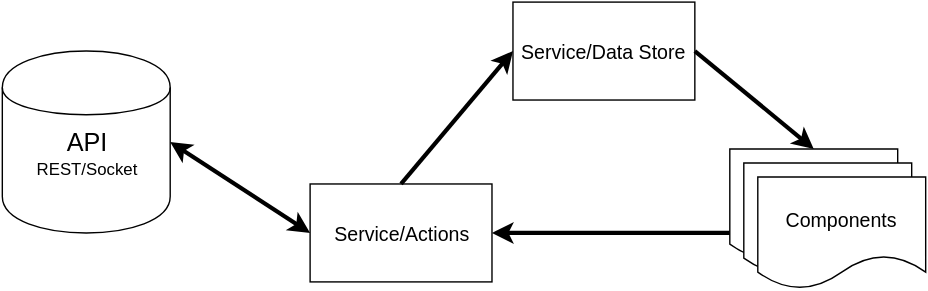
Earlier version of the draw.io export assets/images/posts/2015-11-17-angular-2-observable-data-services/observable-service-data-flow.svg (hs950559/coryrylan.com). Source tidied: cells renumbered, new cells last; positions are measured from the earlier drawing's top-left corner, leaving out a move shared by most shapes. Source of this version:
```xml
<mxGraphModel>
  <root>
    <mxCell id="0" />
    <mxCell id="1" parent="0" />
    <mxCell id="2" value="&lt;div&gt;&lt;br&gt;&lt;/div&gt;&lt;font style=&quot;font-size: 18px&quot;&gt;API&lt;/font&gt;&lt;div&gt;REST/Socket&lt;/div&gt;" style="shape=cylinder;whiteSpace=wrap;html=1;" parent="1" vertex="1">
      <mxGeometry y="35" width="120" height="130" as="geometry" />
    </mxCell>
    <mxCell id="3" value="&lt;font style=&quot;font-size: 14px&quot;&gt;Service/Actions&lt;/font&gt;" style="whiteSpace=wrap;html=1;" parent="1" vertex="1">
      <mxGeometry x="220" y="130" width="130" height="70" as="geometry" />
    </mxCell>
    <mxCell id="4" value="&lt;font style=&quot;font-size: 14px&quot;&gt;Service/Data Store&lt;/font&gt;" style="whiteSpace=wrap;html=1;" parent="1" vertex="1">
      <mxGeometry x="365" width="130" height="70" as="geometry" />
    </mxCell>
    <mxCell id="5" style="shape=document;whiteSpace=wrap;html=1;" parent="1" vertex="1">
      <mxGeometry x="520" y="105" width="120" height="80" as="geometry" />
    </mxCell>
    <mxCell id="6" style="shape=document;whiteSpace=wrap;html=1;" parent="1" vertex="1">
      <mxGeometry x="530" y="115" width="120" height="80" as="geometry" />
    </mxCell>
    <mxCell id="7" style="shape=document;whiteSpace=wrap;html=1;" parent="1" vertex="1">
      <mxGeometry x="540" y="125" width="120" height="80" as="geometry" />
    </mxCell>
    <mxCell id="8" style="endArrow=classic;html=1;strokeWidth=3;entryX=0;entryY=0.5;exitX=0.5;exitY=0;" parent="1" edge="1" source="3" target="4">
      <mxGeometry relative="1" as="geometry" />
    </mxCell>
    <mxCell id="9" style="endArrow=classic;html=1;strokeWidth=3;exitX=1;exitY=0.5;entryX=0.5;entryY=0;" parent="1" edge="1" source="4" target="5">
      <mxGeometry relative="1" as="geometry" />
    </mxCell>
    <mxCell id="10" style="endArrow=classic;html=1;strokeWidth=3;entryX=1;entryY=0.5;exitX=0;exitY=0.75;" parent="1" edge="1" source="5" target="3">
      <mxGeometry relative="1" as="geometry" />
    </mxCell>
    <mxCell id="11" style="endArrow=classic;startArrow=classic;html=1;strokeWidth=3;entryX=0;entryY=0.5;exitX=1;exitY=0.5;" parent="1" edge="1" source="2" target="3">
      <mxGeometry relative="1" as="geometry" />
    </mxCell>
    <mxCell id="12" value="&lt;font style=&quot;font-size: 14px&quot;&gt;Components&lt;/font&gt;" style="text;html=1;strokeColor=none;fillColor=none;align=center;verticalAlign=middle;whiteSpace=wrap;" parent="1" vertex="1">
      <mxGeometry x="580" y="145" width="40" height="20" as="geometry" />
    </mxCell>
  </root>
</mxGraphModel>
```
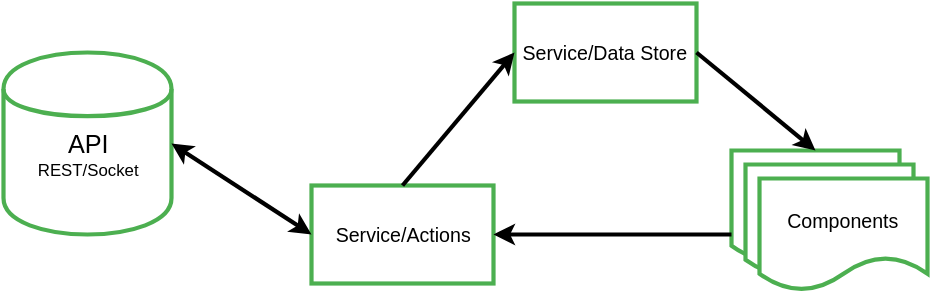
After the commit.

The edit, as a diff of the source:
```diff
@@ -2,22 +2,22 @@
   <root>
     <mxCell id="0" />
     <mxCell id="1" parent="0" />
-    <mxCell id="2" value="&lt;div&gt;&lt;br&gt;&lt;/div&gt;&lt;font style=&quot;font-size: 18px&quot;&gt;API&lt;/font&gt;&lt;div&gt;REST/Socket&lt;/div&gt;" style="shape=cylinder;whiteSpace=wrap;html=1;" parent="1" vertex="1">
+    <mxCell id="2" value="&lt;div&gt;&lt;br&gt;&lt;/div&gt;&lt;font style=&quot;font-size: 18px&quot;&gt;API&lt;/font&gt;&lt;div&gt;REST/Socket&lt;/div&gt;" style="shape=cylinder;whiteSpace=wrap;html=1;strokeColor=#4CAF50;strokeWidth=3;" parent="1" vertex="1">
       <mxGeometry y="35" width="120" height="130" as="geometry" />
     </mxCell>
-    <mxCell id="3" value="&lt;font style=&quot;font-size: 14px&quot;&gt;Service/Actions&lt;/font&gt;" style="whiteSpace=wrap;html=1;" parent="1" vertex="1">
+    <mxCell id="3" value="&lt;font style=&quot;font-size: 14px&quot;&gt;Service/Actions&lt;/font&gt;" style="whiteSpace=wrap;html=1;strokeColor=#4CAF50;strokeWidth=3;" parent="1" vertex="1">
       <mxGeometry x="220" y="130" width="130" height="70" as="geometry" />
     </mxCell>
-    <mxCell id="4" value="&lt;font style=&quot;font-size: 14px&quot;&gt;Service/Data Store&lt;/font&gt;" style="whiteSpace=wrap;html=1;" parent="1" vertex="1">
+    <mxCell id="4" value="&lt;font style=&quot;font-size: 14px&quot;&gt;Service/Data Store&lt;/font&gt;" style="whiteSpace=wrap;html=1;strokeColor=#4CAF50;strokeWidth=3;" parent="1" vertex="1">
       <mxGeometry x="365" width="130" height="70" as="geometry" />
     </mxCell>
-    <mxCell id="5" style="shape=document;whiteSpace=wrap;html=1;" parent="1" vertex="1">
+    <mxCell id="5" style="shape=document;whiteSpace=wrap;html=1;strokeColor=#4CAF50;strokeWidth=3;" parent="1" vertex="1">
       <mxGeometry x="520" y="105" width="120" height="80" as="geometry" />
     </mxCell>
-    <mxCell id="6" style="shape=document;whiteSpace=wrap;html=1;" parent="1" vertex="1">
+    <mxCell id="6" style="shape=document;whiteSpace=wrap;html=1;strokeColor=#4CAF50;strokeWidth=3;" parent="1" vertex="1">
       <mxGeometry x="530" y="115" width="120" height="80" as="geometry" />
     </mxCell>
-    <mxCell id="7" style="shape=document;whiteSpace=wrap;html=1;" parent="1" vertex="1">
+    <mxCell id="7" style="shape=document;whiteSpace=wrap;html=1;strokeColor=#4CAF50;strokeWidth=3;" parent="1" vertex="1">
       <mxGeometry x="540" y="125" width="120" height="80" as="geometry" />
     </mxCell>
     <mxCell id="8" style="endArrow=classic;html=1;strokeWidth=3;entryX=0;entryY=0.5;exitX=0.5;exitY=0;" parent="1" edge="1" source="3" target="4">
```
